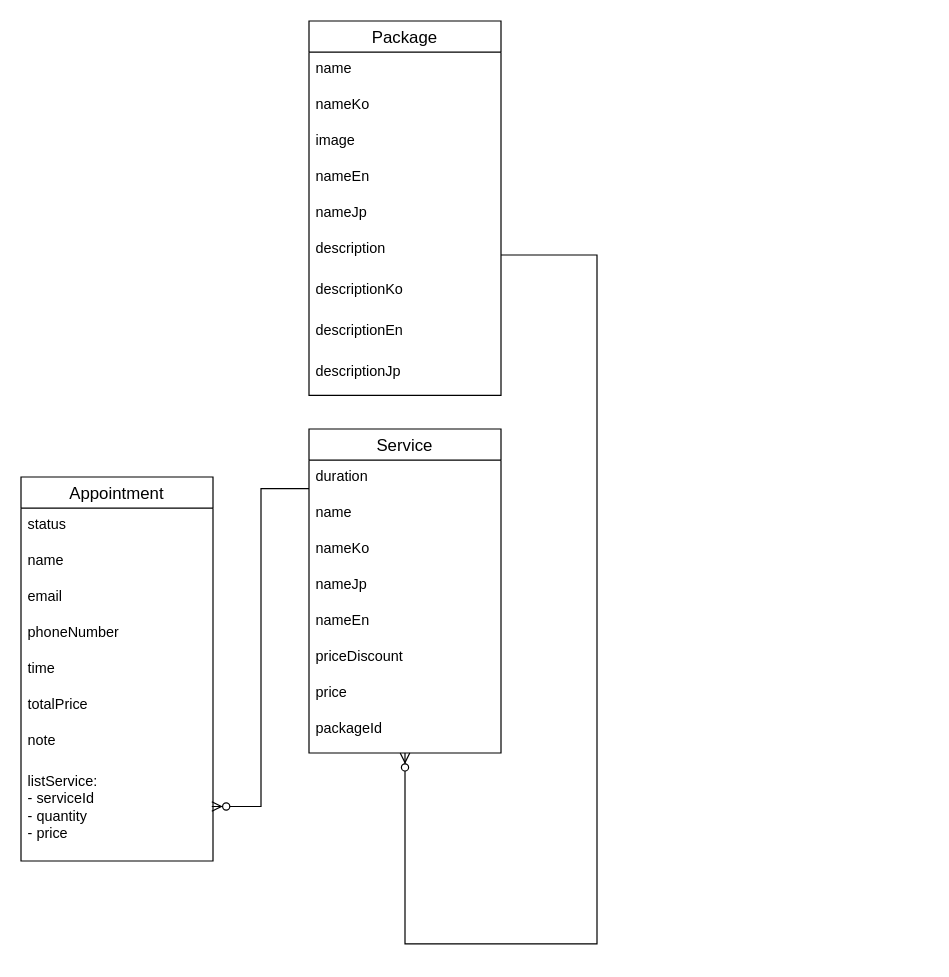
Earlier version of the draw.io diagram DB.drawio (huygamcha/BE_URBAN_SPA). Source tidied: cells renumbered, new cells numbered last; positions are measured from the earlier drawing's top-left corner, leaving out a move shared by most shapes. Both pictures are drawn from the tidied source at 120%, with x=0, y=0 at pixel (20, 20).
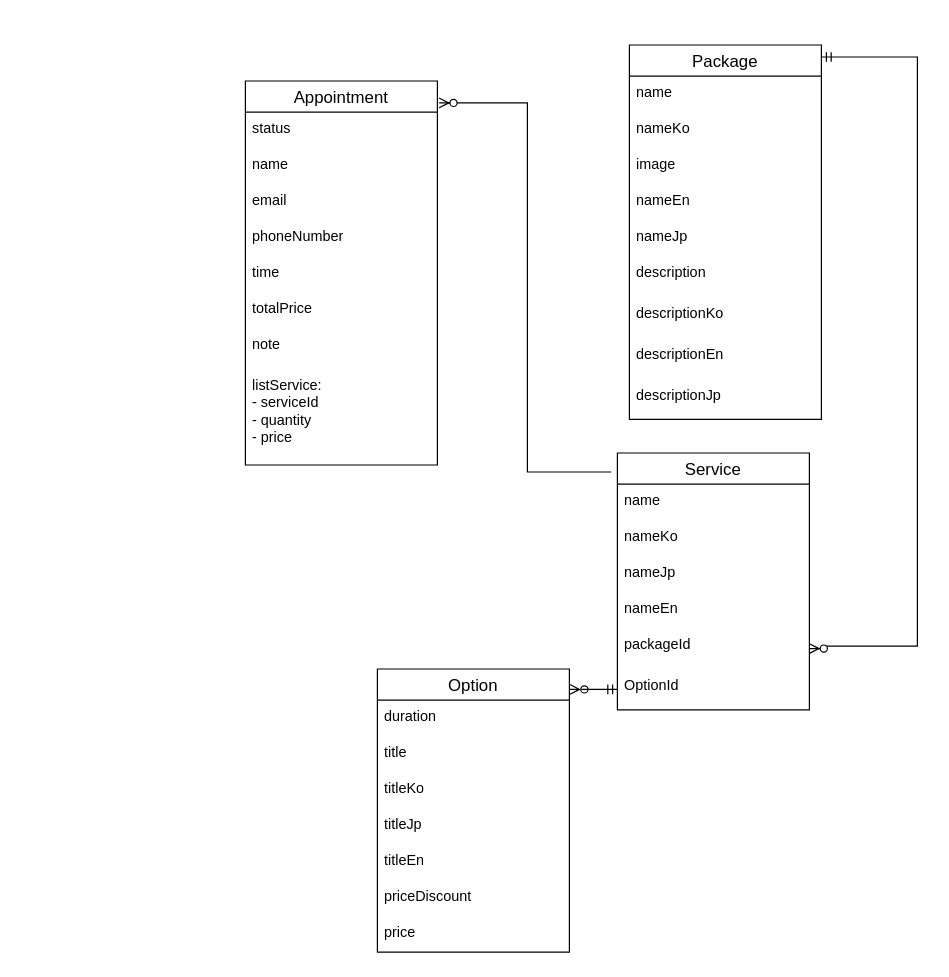
Above is the later version.

Commit message:
Cập nhật DB.drawio

Diff of the diagram source:
```diff
@@
     <mxCell id="2" value="Service" style="swimlane;fontStyle=0;horizontal=1;startSize=26;align=center;fontSize=14;" parent="1" vertex="1">
-      <mxGeometry x="240" y="340" width="160" height="270" as="geometry" />
+      <mxGeometry x="497" y="360" width="160" height="214" as="geometry" />
     </mxCell>
-    <mxCell id="3" value="duration" style="text;strokeColor=none;fillColor=none;spacingLeft=4;spacingRight=4;overflow=hidden;fontSize=12;whiteSpace=wrap;html=1;" parent="2" vertex="1">
-      <mxGeometry y="26" width="160" height="30" as="geometry" />
-    </mxCell>
     <mxCell id="4" value="name" style="text;strokeColor=none;fillColor=none;spacingLeft=4;spacingRight=4;overflow=hidden;fontSize=12;whiteSpace=wrap;html=1;" parent="2" vertex="1">
-      <mxGeometry y="56" width="160" height="30" as="geometry" />
+      <mxGeometry y="26" width="160" height="30" as="geometry" />
     </mxCell>
     <mxCell id="5" value="nameKo" style="text;strokeColor=none;fillColor=none;spacingLeft=4;spacingRight=4;overflow=hidden;fontSize=12;whiteSpace=wrap;html=1;" parent="2" vertex="1">
-      <mxGeometry y="86" width="160" height="30" as="geometry" />
+      <mxGeometry y="56" width="160" height="30" as="geometry" />
     </mxCell>
     <mxCell id="6" value="nameJp" style="text;strokeColor=none;fillColor=none;spacingLeft=4;spacingRight=4;overflow=hidden;fontSize=12;whiteSpace=wrap;html=1;" parent="2" vertex="1">
-      <mxGeometry y="116" width="160" height="30" as="geometry" />
+      <mxGeometry y="86" width="160" height="30" as="geometry" />
     </mxCell>
     <mxCell id="7" value="nameEn" style="text;strokeColor=none;fillColor=none;spacingLeft=4;spacingRight=4;overflow=hidden;fontSize=12;whiteSpace=wrap;html=1;" parent="2" vertex="1">
-      <mxGeometry y="146" width="160" height="30" as="geometry" />
+      <mxGeometry y="116" width="160" height="30" as="geometry" />
     </mxCell>
-    <mxCell id="8" value="priceDiscount" style="text;strokeColor=none;fillColor=none;spacingLeft=4;spacingRight=4;overflow=hidden;fontSize=12;whiteSpace=wrap;html=1;" parent="2" vertex="1">
-      <mxGeometry y="176" width="160" height="30" as="geometry" />
-    </mxCell>
-    <mxCell id="9" value="price" style="text;strokeColor=none;fillColor=none;spacingLeft=4;spacingRight=4;overflow=hidden;fontSize=12;whiteSpace=wrap;html=1;" parent="2" vertex="1">
-      <mxGeometry y="206" width="160" height="30" as="geometry" />
-    </mxCell>
     <mxCell id="10" value="packageId&lt;div&gt;&lt;br&gt;&lt;/div&gt;" style="text;strokeColor=none;fillColor=none;spacingLeft=4;spacingRight=4;overflow=hidden;points=[[0,0.5],[1,0.5]];portConstraint=eastwest;fontSize=12;whiteSpace=wrap;html=1;" parent="2" vertex="1">
-      <mxGeometry y="236" width="160" height="34" as="geometry" />
+      <mxGeometry y="146" width="160" height="34" as="geometry" />
     </mxCell>
+    <mxCell id="32" value="&lt;div&gt;OptionId&lt;/div&gt;" style="text;strokeColor=none;fillColor=none;spacingLeft=4;spacingRight=4;overflow=hidden;points=[[0,0.5],[1,0.5]];portConstraint=eastwest;fontSize=12;whiteSpace=wrap;html=1;" parent="2" vertex="1">
+      <mxGeometry y="180" width="160" height="34" as="geometry" />
+    </mxCell>
     <mxCell id="11" value="Package" style="swimlane;fontStyle=0;horizontal=1;startSize=26;align=center;fontSize=14;" parent="1" vertex="1">
-      <mxGeometry x="240" width="160" height="312" as="geometry" />
+      <mxGeometry x="507" y="20" width="160" height="312" as="geometry" />
     </mxCell>
@@
     <mxCell id="21" value="Appointment" style="swimlane;fontStyle=0;horizontal=1;startSize=26;align=center;fontSize=14;" parent="1" vertex="1">
-      <mxGeometry y="380" width="160" height="320" as="geometry" />
+      <mxGeometry x="187" y="50" width="160" height="320" as="geometry" />
     </mxCell>
@@
-    <mxCell id="30" style="edgeStyle=orthogonalEdgeStyle;fontSize=12;html=1;endArrow=ERzeroToMany;endFill=1;rounded=0;" parent="1" edge="1" target="10">
-      <mxGeometry relative="1" as="geometry">
-        <mxPoint x="400" y="195" as="sourcePoint" />
-        <Array as="points">
-          <mxPoint x="480" y="195" />
-          <mxPoint x="480" y="769" />
-        </Array>
-      </mxGeometry>
-    </mxCell>
-    <mxCell id="31" style="edgeStyle=orthogonalEdgeStyle;fontSize=12;html=1;endArrow=ERzeroToMany;endFill=1;rounded=0;exitX=0.019;exitY=0.024;exitDx=0;exitDy=0;exitPerimeter=0;entryX=1.013;entryY=0.433;entryDx=0;entryDy=0;entryPerimeter=0;" parent="1" edge="1">
-      <mxGeometry relative="1" as="geometry">
-        <mxPoint x="240" y="389.7" as="sourcePoint" />
-        <mxPoint x="159" y="654.6" as="targetPoint" />
-        <Array as="points">
-          <mxPoint x="200" y="390" />
-          <mxPoint x="200" y="655" />
-        </Array>
-      </mxGeometry>
+    <mxCell id="31" style="edgeStyle=orthogonalEdgeStyle;fontSize=12;html=1;endArrow=ERzeroToMany;endFill=1;rounded=0;exitX=-0.032;exitY=0.074;exitDx=0;exitDy=0;exitPerimeter=0;entryX=1.009;entryY=0.057;entryDx=0;entryDy=0;entryPerimeter=0;" parent="1" edge="1" source="2" target="21">
+      <mxGeometry relative="1" as="geometry" />
     </mxCell>
+    <mxCell id="33" value="Option" style="swimlane;fontStyle=0;horizontal=1;startSize=26;align=center;fontSize=14;" parent="1" vertex="1">
+      <mxGeometry x="297" y="540" width="160" height="236" as="geometry" />
+    </mxCell>
+    <mxCell id="3" value="duration" style="text;strokeColor=none;fillColor=none;spacingLeft=4;spacingRight=4;overflow=hidden;fontSize=12;whiteSpace=wrap;html=1;" parent="33" vertex="1">
+      <mxGeometry y="26" width="160" height="30" as="geometry" />
+    </mxCell>
+    <mxCell id="34" value="title" style="text;strokeColor=none;fillColor=none;spacingLeft=4;spacingRight=4;overflow=hidden;fontSize=12;whiteSpace=wrap;html=1;" parent="33" vertex="1">
+      <mxGeometry y="56" width="160" height="30" as="geometry" />
+    </mxCell>
+    <mxCell id="35" value="titleKo" style="text;strokeColor=none;fillColor=none;spacingLeft=4;spacingRight=4;overflow=hidden;fontSize=12;whiteSpace=wrap;html=1;" parent="33" vertex="1">
+      <mxGeometry y="86" width="160" height="30" as="geometry" />
+    </mxCell>
+    <mxCell id="36" value="titleJp" style="text;strokeColor=none;fillColor=none;spacingLeft=4;spacingRight=4;overflow=hidden;fontSize=12;whiteSpace=wrap;html=1;" parent="33" vertex="1">
+      <mxGeometry y="116" width="160" height="30" as="geometry" />
+    </mxCell>
+    <mxCell id="37" value="titleEn" style="text;strokeColor=none;fillColor=none;spacingLeft=4;spacingRight=4;overflow=hidden;fontSize=12;whiteSpace=wrap;html=1;" parent="33" vertex="1">
+      <mxGeometry y="146" width="160" height="30" as="geometry" />
+    </mxCell>
+    <mxCell id="8" value="priceDiscount" style="text;strokeColor=none;fillColor=none;spacingLeft=4;spacingRight=4;overflow=hidden;fontSize=12;whiteSpace=wrap;html=1;" parent="33" vertex="1">
+      <mxGeometry y="176" width="160" height="30" as="geometry" />
+    </mxCell>
+    <mxCell id="9" value="price" style="text;strokeColor=none;fillColor=none;spacingLeft=4;spacingRight=4;overflow=hidden;fontSize=12;whiteSpace=wrap;html=1;" parent="33" vertex="1">
+      <mxGeometry y="206" width="160" height="30" as="geometry" />
+    </mxCell>
+    <mxCell id="38" style="edgeStyle=orthogonalEdgeStyle;fontSize=12;html=1;endArrow=ERzeroToMany;startArrow=ERmandOne;rounded=0;entryX=1;entryY=0.5;entryDx=0;entryDy=0;exitX=1.001;exitY=0.032;exitDx=0;exitDy=0;exitPerimeter=0;startFill=0;" parent="1" edge="1" source="11" target="10">
+      <mxGeometry relative="1" as="geometry">
+        <Array as="points">
+          <mxPoint x="747" y="30" />
+          <mxPoint x="747" y="521" />
+          <mxPoint x="667" y="521" />
+          <mxPoint x="667" y="523" />
+        </Array>
+      </mxGeometry>
+    </mxCell>
+    <mxCell id="39" style="edgeStyle=entityRelationEdgeStyle;fontSize=12;html=1;endArrow=ERmandOne;startArrow=ERzeroToMany;rounded=0;entryX=0;entryY=0.5;entryDx=0;entryDy=0;exitX=1.003;exitY=0.072;exitDx=0;exitDy=0;exitPerimeter=0;startFill=0;endFill=0;" parent="1" edge="1" source="33" target="32">
+      <mxGeometry relative="1" as="geometry">
+        <Array as="points">
+          <mxPoint x="507" y="557" />
+          <mxPoint x="497" y="570" />
+        </Array>
+      </mxGeometry>
+    </mxCell>
```
